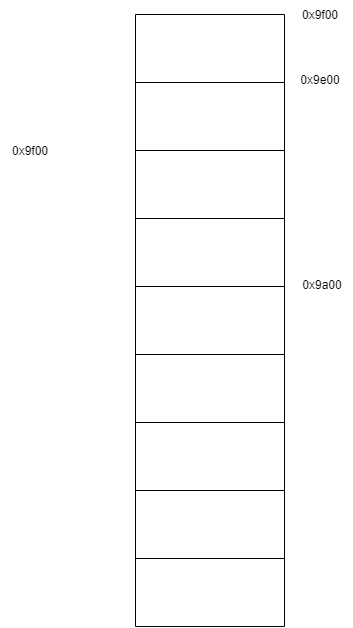
This is OS/内存管理.drawio.png from SixPlusAndTimes/drawio, a draw.io export, as it was before one commit. Source tidied: cells renumbered, new cells last; positions are measured from the earlier drawing's top-left corner, leaving out a move shared by most shapes.
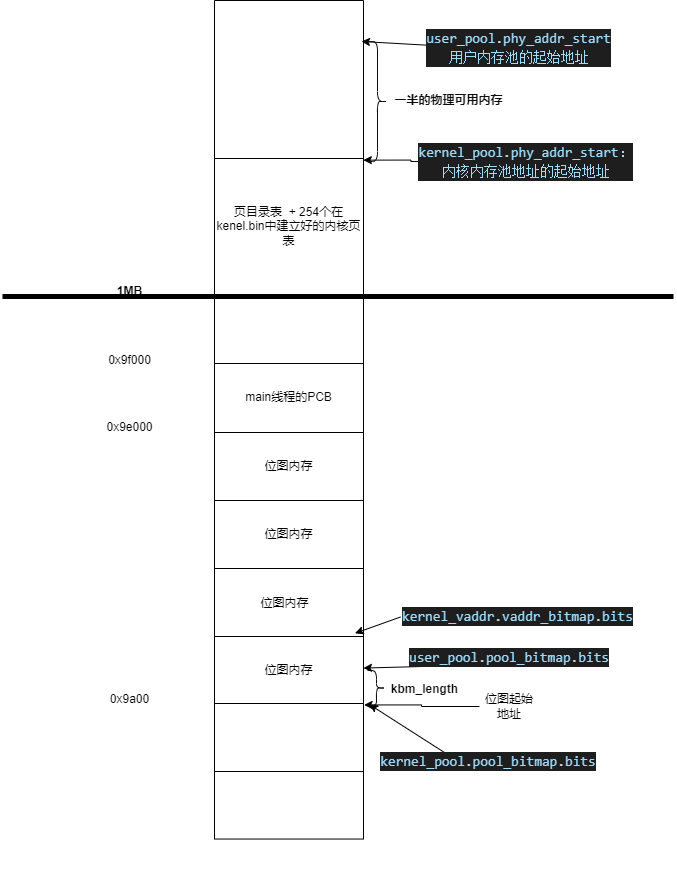
Above is the later version.

Diff of the diagram source:
```diff
@@ -2,74 +2,192 @@
   <root>
     <mxCell id="0" />
     <mxCell id="1" parent="0" />
-    <mxCell id="2" value="0x9a00" style="text;html=1;strokeColor=none;fillColor=none;align=center;verticalAlign=middle;whiteSpace=wrap;rounded=0;" parent="1" vertex="1">
-      <mxGeometry x="292" y="269.5" width="60" height="30" as="geometry" />
-    </mxCell>
-    <mxCell id="3" value="0x9e00" style="text;html=1;strokeColor=none;fillColor=none;align=center;verticalAlign=middle;whiteSpace=wrap;rounded=0;" parent="1" vertex="1">
-      <mxGeometry x="290" y="65" width="60" height="30" as="geometry" />
-    </mxCell>
     <mxCell id="4" value="0x9f00" style="text;html=1;strokeColor=none;fillColor=none;align=center;verticalAlign=middle;whiteSpace=wrap;rounded=0;" parent="1" vertex="1">
       <mxGeometry y="136" width="60" height="30" as="geometry" />
     </mxCell>
-    <mxCell id="5" style="shape=table;startSize=0;" parent="1" vertex="1">
-      <mxGeometry x="135" y="14" width="149" height="612" as="geometry" />
+    <mxCell id="5" style="shape=table;startSize=0;flipH=0;flipV=1;" parent="1" vertex="1">
+      <mxGeometry x="142" y="-148" width="149" height="838.5" as="geometry" />
     </mxCell>
+    <mxCell id="25" style="shape=tableRow;horizontal=0;startSize=0;swimlaneHead=0;swimlaneBody=0;top=0;left=0;bottom=0;right=0;fillColor=none;" parent="5" vertex="1">
+      <mxGeometry width="149" height="158" as="geometry" />
+    </mxCell>
+    <mxCell id="26" style="shape=partialRectangle;html=1;whiteSpace=wrap;overflow=hidden;fillColor=none;top=0;left=0;bottom=0;right=0;" parent="25" vertex="1">
+      <mxGeometry width="149" height="158" as="geometry" />
+    </mxCell>
     <mxCell id="6" style="shape=tableRow;horizontal=0;startSize=0;swimlaneHead=0;swimlaneBody=0;top=0;left=0;bottom=0;right=0;fillColor=none;points=[[0,0.5],[1,0.5]];portConstraint=eastwest;" parent="5" vertex="1">
-      <mxGeometry width="149" height="68" as="geometry" />
+      <mxGeometry y="158" width="149" height="136" as="geometry" />
     </mxCell>
-    <mxCell id="7" style="shape=partialRectangle;html=1;whiteSpace=wrap;overflow=hidden;fillColor=none;top=0;left=0;bottom=0;right=0;" parent="6" vertex="1">
-      <mxGeometry width="149" height="68" as="geometry" />
+    <mxCell id="7" value="页目录表&amp;nbsp; + 254个在kenel.bin中建立好的内核页表" style="shape=partialRectangle;html=1;whiteSpace=wrap;overflow=hidden;fillColor=none;top=0;left=0;bottom=0;right=0;" parent="6" vertex="1">
+      <mxGeometry width="149" height="136" as="geometry" />
     </mxCell>
     <mxCell id="8" style="shape=tableRow;horizontal=0;startSize=0;swimlaneHead=0;swimlaneBody=0;top=0;left=0;bottom=0;right=0;fillColor=none;" parent="5" vertex="1">
-      <mxGeometry y="68" width="149" height="68" as="geometry" />
+      <mxGeometry y="294" width="149" height="69" as="geometry" />
     </mxCell>
     <mxCell id="9" style="shape=partialRectangle;html=1;whiteSpace=wrap;overflow=hidden;fillColor=none;top=0;left=0;bottom=0;right=0;" parent="8" vertex="1">
-      <mxGeometry width="149" height="68" as="geometry" />
+      <mxGeometry width="149" height="69" as="geometry" />
     </mxCell>
     <mxCell id="10" style="shape=tableRow;horizontal=0;startSize=0;swimlaneHead=0;swimlaneBody=0;top=0;left=0;bottom=0;right=0;fillColor=none;" parent="5" vertex="1">
-      <mxGeometry y="136" width="149" height="68" as="geometry" />
+      <mxGeometry y="363" width="149" height="69" as="geometry" />
     </mxCell>
-    <mxCell id="11" style="shape=partialRectangle;html=1;whiteSpace=wrap;overflow=hidden;fillColor=none;top=0;left=0;bottom=0;right=0;" parent="10" vertex="1">
-      <mxGeometry width="149" height="68" as="geometry" />
+    <mxCell id="11" value="main线程的PCB" style="shape=partialRectangle;html=1;whiteSpace=wrap;overflow=hidden;fillColor=none;top=0;left=0;bottom=0;right=0;" parent="10" vertex="1">
+      <mxGeometry width="149" height="69" as="geometry" />
     </mxCell>
     <mxCell id="12" style="shape=tableRow;horizontal=0;startSize=0;swimlaneHead=0;swimlaneBody=0;top=0;left=0;bottom=0;right=0;fillColor=none;" parent="5" vertex="1">
-      <mxGeometry y="204" width="149" height="68" as="geometry" />
+      <mxGeometry y="432" width="149" height="68" as="geometry" />
     </mxCell>
-    <mxCell id="13" style="shape=partialRectangle;html=1;whiteSpace=wrap;overflow=hidden;fillColor=none;top=0;left=0;bottom=0;right=0;" parent="12" vertex="1">
+    <mxCell id="13" value="位图内存" style="shape=partialRectangle;html=1;whiteSpace=wrap;overflow=hidden;fillColor=none;top=0;left=0;bottom=0;right=0;" parent="12" vertex="1">
       <mxGeometry width="149" height="68" as="geometry" />
     </mxCell>
     <mxCell id="14" style="shape=tableRow;horizontal=0;startSize=0;swimlaneHead=0;swimlaneBody=0;top=0;left=0;bottom=0;right=0;fillColor=none;" parent="5" vertex="1">
-      <mxGeometry y="272" width="149" height="68" as="geometry" />
+      <mxGeometry y="500" width="149" height="68" as="geometry" />
     </mxCell>
-    <mxCell id="15" style="shape=partialRectangle;html=1;whiteSpace=wrap;overflow=hidden;fillColor=none;top=0;left=0;bottom=0;right=0;" parent="14" vertex="1">
+    <mxCell id="15" value="位图内存" style="shape=partialRectangle;html=1;whiteSpace=wrap;overflow=hidden;fillColor=none;top=0;left=0;bottom=0;right=0;" parent="14" vertex="1">
       <mxGeometry width="149" height="68" as="geometry" />
     </mxCell>
     <mxCell id="16" style="shape=tableRow;horizontal=0;startSize=0;swimlaneHead=0;swimlaneBody=0;top=0;left=0;bottom=0;right=0;fillColor=none;" parent="5" vertex="1">
-      <mxGeometry y="340" width="149" height="68" as="geometry" />
+      <mxGeometry y="568" width="149" height="68" as="geometry" />
     </mxCell>
-    <mxCell id="17" value="&lt;table&gt;&lt;tbody&gt;&lt;tr&gt;&lt;td&gt;&lt;br&gt;&lt;/td&gt;&lt;td&gt;&lt;br&gt;&lt;/td&gt;&lt;td&gt;&lt;br&gt;&lt;/td&gt;&lt;/tr&gt;&lt;/tbody&gt;&lt;/table&gt;" style="shape=partialRectangle;html=1;whiteSpace=wrap;overflow=hidden;fillColor=none;top=0;left=0;bottom=0;right=0;" parent="16" vertex="1">
+    <mxCell id="17" value="&lt;table&gt;&lt;tbody&gt;&lt;tr&gt;&lt;td&gt;位图内存&lt;/td&gt;&lt;td&gt;&lt;/td&gt;&lt;td&gt;&lt;br&gt;&lt;/td&gt;&lt;/tr&gt;&lt;/tbody&gt;&lt;/table&gt;" style="shape=partialRectangle;html=1;whiteSpace=wrap;overflow=hidden;fillColor=none;top=0;left=0;bottom=0;right=0;" parent="16" vertex="1">
       <mxGeometry width="149" height="68" as="geometry" />
     </mxCell>
     <mxCell id="18" style="shape=tableRow;horizontal=0;startSize=0;swimlaneHead=0;swimlaneBody=0;top=0;left=0;bottom=0;right=0;fillColor=none;points=[[0,0.5],[1,0.5]];portConstraint=eastwest;" parent="5" vertex="1">
-      <mxGeometry y="408" width="149" height="68" as="geometry" />
+      <mxGeometry y="636" width="149" height="67" as="geometry" />
     </mxCell>
-    <mxCell id="19" style="shape=partialRectangle;html=1;whiteSpace=wrap;overflow=hidden;fillColor=none;top=0;left=0;bottom=0;right=0;" parent="18" vertex="1">
-      <mxGeometry width="149" height="68" as="geometry" />
+    <mxCell id="19" value="位图内存" style="shape=partialRectangle;html=1;whiteSpace=wrap;overflow=hidden;fillColor=none;top=0;left=0;bottom=0;right=0;" parent="18" vertex="1">
+      <mxGeometry width="149" height="67" as="geometry" />
     </mxCell>
     <mxCell id="20" style="shape=tableRow;horizontal=0;startSize=0;swimlaneHead=0;swimlaneBody=0;top=0;left=0;bottom=0;right=0;fillColor=none;points=[[0,0.5],[1,0.5]];portConstraint=eastwest;" parent="5" vertex="1">
-      <mxGeometry y="476" width="149" height="68" as="geometry" />
+      <mxGeometry y="703" width="149" height="68" as="geometry" />
     </mxCell>
     <mxCell id="21" style="shape=partialRectangle;html=1;whiteSpace=wrap;overflow=hidden;fillColor=none;top=0;left=0;bottom=0;right=0;" parent="20" vertex="1">
       <mxGeometry width="149" height="68" as="geometry" />
     </mxCell>
     <mxCell id="22" style="shape=tableRow;horizontal=0;startSize=0;swimlaneHead=0;swimlaneBody=0;top=0;left=0;bottom=0;right=0;fillColor=none;" parent="5" vertex="1">
-      <mxGeometry y="544" width="149" height="68" as="geometry" />
+      <mxGeometry y="771" width="149" height="68" as="geometry" />
     </mxCell>
     <mxCell id="23" style="shape=partialRectangle;html=1;whiteSpace=wrap;overflow=hidden;fillColor=none;top=0;left=0;bottom=0;right=0;" parent="22" vertex="1">
       <mxGeometry width="149" height="68" as="geometry" />
     </mxCell>
-    <mxCell id="24" value="0x9f00" style="text;html=1;strokeColor=none;fillColor=none;align=center;verticalAlign=middle;whiteSpace=wrap;rounded=0;" parent="1" vertex="1">
-      <mxGeometry x="290" width="60" height="30" as="geometry" />
-    </mxCell>
+    <mxCell id="27" style="edgeStyle=orthogonalEdgeStyle;rounded=0;jettySize=auto;html=1;exitX=0;exitY=0.5;exitDx=0;exitDy=0;entryX=0.999;entryY=0.012;entryDx=0;entryDy=0;entryPerimeter=0;" parent="1" edge="1" source="28" target="6">
+      <mxGeometry relative="1" as="geometry" />
+    </mxCell>
+    <mxCell id="28" value="&lt;div style=&quot;color: rgb(212 , 212 , 212) ; background-color: rgb(30 , 30 , 30) ; font-family: &amp;#34;consolas&amp;#34; , &amp;#34;courier new&amp;#34; , monospace ; font-size: 14px ; line-height: 19px&quot;&gt;&lt;span style=&quot;font-family: &amp;#34;consolas&amp;#34; , &amp;#34;courier new&amp;#34; , monospace ; color: rgb(156 , 220 , 254)&quot;&gt;kernel_pool&lt;/span&gt;&lt;span style=&quot;font-family: &amp;#34;consolas&amp;#34; , &amp;#34;courier new&amp;#34; , monospace&quot;&gt;.&lt;/span&gt;&lt;span style=&quot;font-family: &amp;#34;consolas&amp;#34; , &amp;#34;courier new&amp;#34; , monospace ; color: rgb(156 , 220 , 254)&quot;&gt;phy_addr_start&lt;/span&gt;&lt;span style=&quot;color: #9cdcfe&quot;&gt;：内核内存池地址的起始地址&lt;/span&gt;&lt;/div&gt;" style="text;html=1;strokeColor=none;fillColor=none;align=center;verticalAlign=middle;whiteSpace=wrap;rounded=0;" parent="1" vertex="1">
+      <mxGeometry x="386" y="-0.5" width="135" height="27" as="geometry" />
+    </mxCell>
+    <mxCell id="29" style="shape=table;startSize=0;flipH=0;flipV=1;strokeColor=none;" parent="1" vertex="1">
+      <mxGeometry x="-17" y="-94" width="149" height="814" as="geometry" />
+    </mxCell>
+    <mxCell id="30" style="shape=tableRow;horizontal=0;startSize=0;swimlaneHead=0;swimlaneBody=0;top=0;left=0;bottom=0;right=0;fillColor=none;" parent="29" vertex="1">
+      <mxGeometry width="149" height="201" as="geometry" />
+    </mxCell>
+    <mxCell id="31" style="shape=partialRectangle;html=1;whiteSpace=wrap;overflow=hidden;fillColor=none;top=0;left=0;bottom=0;right=0;" parent="30" vertex="1">
+      <mxGeometry width="149" height="201" as="geometry" />
+    </mxCell>
+    <mxCell id="32" style="shape=tableRow;horizontal=0;startSize=0;swimlaneHead=0;swimlaneBody=0;top=0;left=0;bottom=0;right=0;fillColor=none;" parent="29" vertex="1">
+      <mxGeometry y="201" width="149" height="72" as="geometry" />
+    </mxCell>
+    <mxCell id="33" value="&lt;b&gt;1MB&lt;/b&gt;" style="shape=partialRectangle;html=1;whiteSpace=wrap;overflow=hidden;fillColor=none;top=0;left=0;bottom=0;right=0;" parent="32" vertex="1">
+      <mxGeometry width="149" height="72" as="geometry" />
+    </mxCell>
+    <mxCell id="34" style="shape=tableRow;horizontal=0;startSize=0;swimlaneHead=0;swimlaneBody=0;top=0;left=0;bottom=0;right=0;fillColor=none;" parent="29" vertex="1">
+      <mxGeometry y="273" width="149" height="65" as="geometry" />
+    </mxCell>
+    <mxCell id="35" value="0x9f000" style="shape=partialRectangle;html=1;whiteSpace=wrap;overflow=hidden;fillColor=none;top=0;left=0;bottom=0;right=0;strokeWidth=0;" parent="34" vertex="1">
+      <mxGeometry width="149" height="65" as="geometry" />
+    </mxCell>
+    <mxCell id="36" style="shape=tableRow;horizontal=0;startSize=0;swimlaneHead=0;swimlaneBody=0;top=0;left=0;bottom=0;right=0;fillColor=none;" parent="29" vertex="1">
+      <mxGeometry y="338" width="149" height="70" as="geometry" />
+    </mxCell>
+    <mxCell id="37" value="&lt;span&gt;0x9e000&lt;/span&gt;" style="shape=partialRectangle;html=1;whiteSpace=wrap;overflow=hidden;fillColor=none;top=0;left=0;bottom=0;right=0;" parent="36" vertex="1">
+      <mxGeometry width="149" height="70" as="geometry" />
+    </mxCell>
+    <mxCell id="38" style="shape=tableRow;horizontal=0;startSize=0;swimlaneHead=0;swimlaneBody=0;top=0;left=0;bottom=0;right=0;fillColor=none;" parent="29" vertex="1">
+      <mxGeometry y="408" width="149" height="68" as="geometry" />
+    </mxCell>
+    <mxCell id="39" style="shape=partialRectangle;html=1;whiteSpace=wrap;overflow=hidden;fillColor=none;top=0;left=0;bottom=0;right=0;" parent="38" vertex="1">
+      <mxGeometry width="149" height="68" as="geometry" />
+    </mxCell>
+    <mxCell id="40" style="shape=tableRow;horizontal=0;startSize=0;swimlaneHead=0;swimlaneBody=0;top=0;left=0;bottom=0;right=0;fillColor=none;" parent="29" vertex="1">
+      <mxGeometry y="476" width="149" height="68" as="geometry" />
+    </mxCell>
+    <mxCell id="41" style="shape=partialRectangle;html=1;whiteSpace=wrap;overflow=hidden;fillColor=none;top=0;left=0;bottom=0;right=0;" parent="40" vertex="1">
+      <mxGeometry width="149" height="68" as="geometry" />
+    </mxCell>
+    <mxCell id="42" style="shape=tableRow;horizontal=0;startSize=0;swimlaneHead=0;swimlaneBody=0;top=0;left=0;bottom=0;right=0;fillColor=none;" parent="29" vertex="1">
+      <mxGeometry y="544" width="149" height="67" as="geometry" />
+    </mxCell>
+    <mxCell id="43" value="&lt;table&gt;&lt;tbody&gt;&lt;tr&gt;&lt;td&gt;&lt;br&gt;&lt;/td&gt;&lt;td&gt;&lt;br&gt;&lt;/td&gt;&lt;td&gt;&lt;br&gt;&lt;/td&gt;&lt;/tr&gt;&lt;/tbody&gt;&lt;/table&gt;" style="shape=partialRectangle;html=1;whiteSpace=wrap;overflow=hidden;fillColor=none;top=0;left=0;bottom=0;right=0;" parent="42" vertex="1">
+      <mxGeometry width="149" height="67" as="geometry" />
+    </mxCell>
+    <mxCell id="44" style="shape=tableRow;horizontal=0;startSize=0;swimlaneHead=0;swimlaneBody=0;top=0;left=0;bottom=0;right=0;fillColor=none;" parent="29" vertex="1">
+      <mxGeometry y="611" width="149" height="67" as="geometry" />
+    </mxCell>
+    <mxCell id="2" value="0x9a00" style="shape=partialRectangle;html=1;whiteSpace=wrap;overflow=hidden;fillColor=none;top=0;left=0;bottom=0;right=0;" parent="44" vertex="1">
+      <mxGeometry width="149" height="67" as="geometry" />
+    </mxCell>
+    <mxCell id="45" style="shape=tableRow;horizontal=0;startSize=0;swimlaneHead=0;swimlaneBody=0;top=0;left=0;bottom=0;right=0;fillColor=none;" parent="29" vertex="1">
+      <mxGeometry y="678" width="149" height="68" as="geometry" />
+    </mxCell>
+    <mxCell id="46" style="shape=partialRectangle;html=1;whiteSpace=wrap;overflow=hidden;fillColor=none;top=0;left=0;bottom=0;right=0;" parent="45" vertex="1">
+      <mxGeometry width="149" height="68" as="geometry" />
+    </mxCell>
+    <mxCell id="47" style="shape=tableRow;horizontal=0;startSize=0;swimlaneHead=0;swimlaneBody=0;top=0;left=0;bottom=0;right=0;fillColor=none;" parent="29" vertex="1">
+      <mxGeometry y="746" width="149" height="68" as="geometry" />
+    </mxCell>
+    <mxCell id="48" style="shape=partialRectangle;html=1;whiteSpace=wrap;overflow=hidden;fillColor=none;top=0;left=0;bottom=0;right=0;" parent="47" vertex="1">
+      <mxGeometry width="149" height="68" as="geometry" />
+    </mxCell>
+    <mxCell id="49" style="edgeStyle=orthogonalEdgeStyle;rounded=0;jettySize=auto;html=1;exitX=0;exitY=0.5;exitDx=0;exitDy=0;entryX=1.004;entryY=0.021;entryDx=0;entryDy=0;entryPerimeter=0;" parent="1" edge="1" source="50" target="20">
+      <mxGeometry relative="1" as="geometry" />
+    </mxCell>
+    <mxCell id="50" value="位图起始地址" style="text;html=1;strokeColor=none;fillColor=none;align=center;verticalAlign=middle;whiteSpace=wrap;rounded=0;" parent="1" vertex="1">
+      <mxGeometry x="407" y="543" width="60" height="30" as="geometry" />
+    </mxCell>
+    <mxCell id="51" style="endArrow=none;html=1;rounded=0;strokeWidth=5;" parent="1" edge="1">
+      <mxGeometry relative="1" as="geometry">
+        <mxPoint x="-70" y="148" as="sourcePoint" />
+        <mxPoint x="601" y="148" as="targetPoint" />
+      </mxGeometry>
+    </mxCell>
+    <mxCell id="52" style="rounded=0;jettySize=auto;html=1;exitX=0;exitY=0.5;exitDx=0;exitDy=0;strokeWidth=1;" parent="1" edge="1" source="53">
+      <mxGeometry relative="1" as="geometry">
+        <mxPoint x="297" y="556" as="targetPoint" />
+      </mxGeometry>
+    </mxCell>
+    <mxCell id="53" value="&lt;div style=&quot;color: rgb(212 , 212 , 212) ; background-color: rgb(30 , 30 , 30) ; font-family: &amp;#34;consolas&amp;#34; , &amp;#34;courier new&amp;#34; , monospace ; font-size: 14px ; line-height: 19px&quot;&gt;&lt;span style=&quot;color: #9cdcfe&quot;&gt;kernel_pool&lt;/span&gt;.&lt;span style=&quot;color: #9cdcfe&quot;&gt;pool_bitmap&lt;/span&gt;.&lt;span style=&quot;color: #9cdcfe&quot;&gt;bits&lt;/span&gt;&lt;/div&gt;" style="text;html=1;strokeColor=none;fillColor=none;align=center;verticalAlign=middle;whiteSpace=wrap;rounded=0;" parent="1" vertex="1">
+      <mxGeometry x="386" y="598" width="60" height="30" as="geometry" />
+    </mxCell>
+    <mxCell id="54" style="edgeStyle=none;rounded=0;jettySize=auto;html=1;exitX=0;exitY=0.75;exitDx=0;exitDy=0;fontColor=#0D0D0D;strokeWidth=1;" parent="1" edge="1" source="55" target="18">
+      <mxGeometry relative="1" as="geometry" />
+    </mxCell>
+    <mxCell id="55" value="&lt;div style=&quot;color: rgb(212 , 212 , 212) ; background-color: rgb(30 , 30 , 30) ; font-family: &amp;#34;consolas&amp;#34; , &amp;#34;courier new&amp;#34; , monospace ; font-size: 14px ; line-height: 19px&quot;&gt;&lt;span style=&quot;color: #9cdcfe&quot;&gt;user_pool&lt;/span&gt;.&lt;span style=&quot;color: #9cdcfe&quot;&gt;pool_bitmap&lt;/span&gt;.&lt;span style=&quot;color: #9cdcfe&quot;&gt;bits&lt;/span&gt; &lt;/div&gt;" style="text;html=1;strokeColor=none;fillColor=none;align=center;verticalAlign=middle;whiteSpace=wrap;rounded=0;fontColor=#0D0D0D;" parent="1" vertex="1">
+      <mxGeometry x="407" y="494" width="60" height="30" as="geometry" />
+    </mxCell>
+    <mxCell id="56" style="shape=curlyBracket;whiteSpace=wrap;html=1;rounded=1;flipH=1;fontColor=#0D0D0D;strokeWidth=1;strokeColor=#0D0D0D;" parent="1" vertex="1">
+      <mxGeometry x="295" y="522" width="18" height="35" as="geometry" />
+    </mxCell>
+    <mxCell id="57" value="&lt;font style=&quot;font-size: 10px&quot;&gt;kbm_length&lt;/font&gt;" style="text;strokeColor=none;fillColor=none;html=1;fontSize=24;fontStyle=1;verticalAlign=middle;align=center;fontColor=#0D0D0D;" parent="1" vertex="1">
+      <mxGeometry x="302" y="517" width="100" height="40" as="geometry" />
+    </mxCell>
+    <mxCell id="58" style="edgeStyle=none;rounded=0;jettySize=auto;html=1;exitX=0;exitY=0.5;exitDx=0;exitDy=0;fontSize=10;fontColor=#0D0D0D;strokeWidth=1;" parent="1" edge="1" source="59">
+      <mxGeometry relative="1" as="geometry">
+        <mxPoint x="289" y="-107" as="targetPoint" />
+      </mxGeometry>
+    </mxCell>
+    <mxCell id="59" value="&lt;div style=&quot;color: rgb(212 , 212 , 212) ; background-color: rgb(30 , 30 , 30) ; font-family: &amp;#34;consolas&amp;#34; , &amp;#34;courier new&amp;#34; , monospace ; font-weight: normal ; font-size: 14px ; line-height: 19px&quot;&gt;&lt;span style=&quot;color: #9cdcfe&quot;&gt;user_pool&lt;/span&gt;.&lt;span style=&quot;color: #9cdcfe&quot;&gt;phy_addr_start&lt;/span&gt;&lt;/div&gt;&lt;div style=&quot;background-color: rgb(30 , 30 , 30) ; font-family: &amp;#34;consolas&amp;#34; , &amp;#34;courier new&amp;#34; , monospace ; font-weight: normal ; font-size: 14px ; line-height: 19px&quot;&gt;&lt;font color=&quot;#9cdcfe&quot;&gt;用户内存池的起始地址&lt;/font&gt;&lt;/div&gt;" style="text;strokeColor=none;fillColor=none;html=1;fontSize=24;fontStyle=1;verticalAlign=middle;align=center;fontColor=#0D0D0D;" parent="1" vertex="1">
+      <mxGeometry x="396" y="-121" width="100" height="40" as="geometry" />
+    </mxCell>
+    <mxCell id="60" style="shape=curlyBracket;whiteSpace=wrap;html=1;rounded=1;flipH=1;fontSize=10;fontColor=#0D0D0D;strokeColor=#0D0D0D;strokeWidth=1;" parent="1" vertex="1">
+      <mxGeometry x="295" y="-107" width="20" height="120" as="geometry" />
+    </mxCell>
+    <mxCell id="61" value="&lt;font style=&quot;font-size: 12px&quot;&gt;一半的物理可用内存&lt;/font&gt;" style="text;strokeColor=none;fillColor=none;html=1;fontSize=24;fontStyle=1;verticalAlign=middle;align=center;fontColor=#0D0D0D;" parent="1" vertex="1">
+      <mxGeometry x="326" y="-72" width="100" height="40" as="geometry" />
+    </mxCell>
+    <mxCell id="62" style="edgeStyle=none;rounded=0;jettySize=auto;html=1;exitX=0;exitY=0.5;exitDx=0;exitDy=0;entryX=0.943;entryY=-0.048;entryDx=0;entryDy=0;entryPerimeter=0;fontSize=12;fontColor=#0D0D0D;strokeWidth=1;" parent="1" edge="1" source="63" target="18">
+      <mxGeometry relative="1" as="geometry" />
+    </mxCell>
+    <mxCell id="63" value="&lt;div style=&quot;color: rgb(212, 212, 212); background-color: rgb(30, 30, 30); font-family: consolas, &amp;quot;courier new&amp;quot;, monospace; font-weight: normal; font-size: 14px; line-height: 19px;&quot;&gt;&lt;div&gt;&lt;span style=&quot;color: #9cdcfe&quot;&gt;kernel_vaddr&lt;/span&gt;&lt;span style=&quot;color: #d4d4d4&quot;&gt;.&lt;/span&gt;&lt;span style=&quot;color: #9cdcfe&quot;&gt;vaddr_bitmap&lt;/span&gt;&lt;span style=&quot;color: #d4d4d4&quot;&gt;.&lt;/span&gt;&lt;span style=&quot;color: #9cdcfe&quot;&gt;bits&lt;/span&gt;&lt;/div&gt;&lt;/div&gt;" style="text;whiteSpace=wrap;html=1;fontSize=12;fontColor=#0D0D0D;" parent="1" vertex="1">
+      <mxGeometry x="328" y="452" width="251" height="33" as="geometry" />
+    </mxCell>
   </root>
 </mxGraphModel>
```
